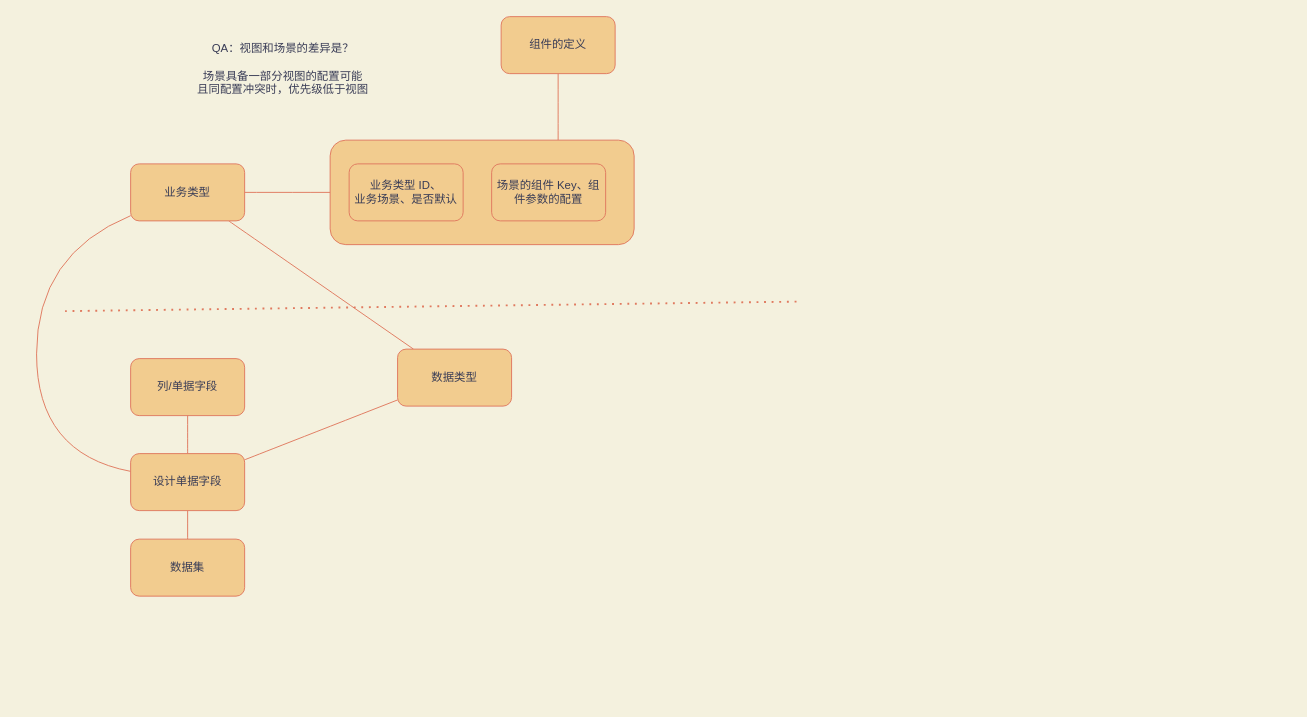
Above: page "Page-4" (4 of 4) of 结构分析.drawio in uiosun/diagrams (draw.io), before the change. Source tidied: cells renumbered, new cells numbered last; positions are measured from the earlier drawing's top-left corner, leaving out a move shared by most shapes. Both pictures are drawn from the tidied source at 95%, with x=0, y=0 at pixel (36, 16).
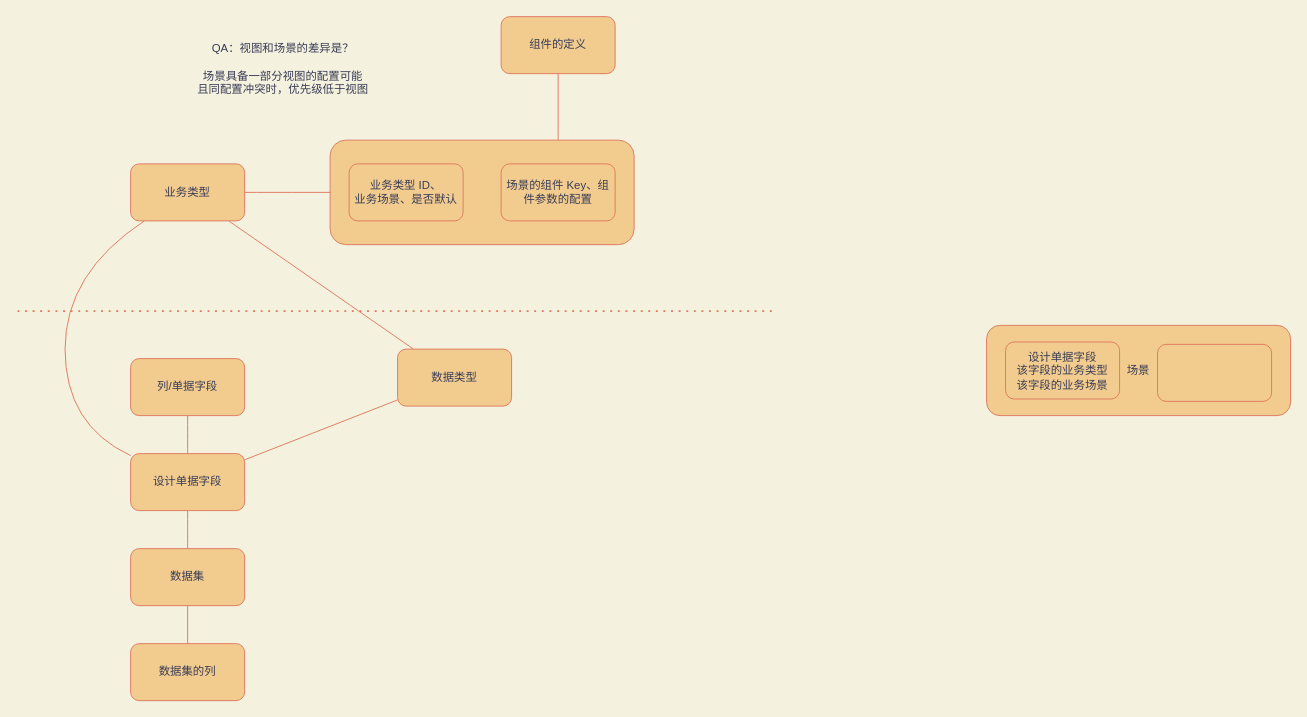
The same diagram, later.

Unchanged cells that the change refers to:
```xml
<mxCell id="3" style="whiteSpace=wrap;html=1;rounded=1;fillColor=#F2CC8F;strokeColor=#E07A5F;fontColor=#393C56;" parent="1" vertex="1">
  <mxGeometry x="309" y="130" width="320" height="110" as="geometry" />
</mxCell>
<mxCell id="6" value="业务类型" style="rounded=1;whiteSpace=wrap;html=1;fillColor=#F2CC8F;strokeColor=#E07A5F;fontColor=#393C56;" parent="1" vertex="1">
  <mxGeometry x="99" y="155" width="120" height="60" as="geometry" />
</mxCell>
<mxCell id="18" value="设计单据字段" style="rounded=1;whiteSpace=wrap;html=1;fillColor=#F2CC8F;strokeColor=#E07A5F;fontColor=#393C56;" parent="1" vertex="1">
  <mxGeometry x="99" y="460" width="120" height="60" as="geometry" />
</mxCell>
```

Diff of the diagram source:
```diff
@@
-    <mxCell id="4" style="edgeStyle=none;rounded=1;jettySize=auto;html=1;exitX=1;exitY=0.5;exitDx=0;exitDy=0;entryX=0;entryY=0.5;entryDx=0;entryDy=0;endArrow=none;endFill=0;curved=1;labelBackgroundColor=#F4F1DE;strokeColor=#E07A5F;fontColor=#393C56;" parent="1" edge="1" source="6" target="3">
+    <mxCell id="4" style="edgeStyle=none;rounded=1;jettySize=auto;html=1;endArrow=none;endFill=0;curved=1;labelBackgroundColor=#F4F1DE;strokeColor=#E07A5F;fontColor=#393C56;" parent="1" edge="1" source="6" target="3">
       <mxGeometry relative="1" as="geometry" />
     </mxCell>
@@
     <mxCell id="9" value="场景的组件 Key、组件参数的配置" style="rounded=1;whiteSpace=wrap;html=1;fillColor=#F2CC8F;strokeColor=#E07A5F;fontColor=#393C56;" parent="1" vertex="1">
-      <mxGeometry x="479" y="155" width="120" height="60" as="geometry" />
+      <mxGeometry x="489" y="155" width="120" height="60" as="geometry" />
     </mxCell>
@@
     <mxCell id="12" value="数据集" style="rounded=1;whiteSpace=wrap;html=1;fillColor=#F2CC8F;strokeColor=#E07A5F;fontColor=#393C56;" parent="1" vertex="1">
-      <mxGeometry x="99" y="550" width="120" height="60" as="geometry" />
+      <mxGeometry x="99" y="560" width="120" height="60" as="geometry" />
     </mxCell>
@@
     <mxCell id="14" style="endArrow=none;dashed=1;html=1;dashPattern=1 3;strokeWidth=2;rounded=1;labelBackgroundColor=#F4F1DE;strokeColor=#E07A5F;fontColor=#393C56;curved=1;" parent="1" edge="1">
       <mxGeometry relative="1" as="geometry">
-        <mxPoint x="30" y="310" as="sourcePoint" />
-        <mxPoint x="800" y="300" as="targetPoint" />
+        <mxPoint x="-20" y="310" as="sourcePoint" />
+        <mxPoint x="780" y="310" as="targetPoint" />
       </mxGeometry>
     </mxCell>
@@
     <mxCell id="16" style="edgeStyle=none;rounded=1;jettySize=auto;html=1;endArrow=none;endFill=0;labelBackgroundColor=#F4F1DE;strokeColor=#E07A5F;fontColor=#393C56;curved=1;" parent="1" edge="1" source="18" target="6">
       <mxGeometry relative="1" as="geometry">
         <Array as="points">
-          <mxPoint y="460" />
-          <mxPoint y="250" />
+          <mxPoint x="30" y="430" />
+          <mxPoint x="30" y="270" />
         </Array>
       </mxGeometry>
     </mxCell>
@@
+    <mxCell id="20" style="edgeStyle=orthogonalEdgeStyle;rounded=0;jettySize=auto;html=1;labelBackgroundColor=#F4F1DE;strokeColor=#E07A5F;fontColor=#393C56;endArrow=none;endFill=0;" parent="1" edge="1" source="21" target="12">
+      <mxGeometry relative="1" as="geometry" />
+    </mxCell>
+    <mxCell id="21" value="数据集的列" style="rounded=1;whiteSpace=wrap;html=1;fillColor=#F2CC8F;strokeColor=#E07A5F;fontColor=#393C56;" parent="1" vertex="1">
+      <mxGeometry x="99" y="660" width="120" height="60" as="geometry" />
+    </mxCell>
+    <mxCell id="22" value="场景" style="whiteSpace=wrap;html=1;rounded=1;fillColor=#F2CC8F;strokeColor=#E07A5F;fontColor=#393C56;" parent="1" vertex="1">
+      <mxGeometry x="1000" y="325" width="320" height="95" as="geometry" />
+    </mxCell>
+    <mxCell id="23" value="设计单据字段&lt;br&gt;该字段的业务类型&lt;br&gt;该字段的业务场景" style="rounded=1;whiteSpace=wrap;html=1;fillColor=#F2CC8F;strokeColor=#E07A5F;fontColor=#393C56;" parent="1" vertex="1">
+      <mxGeometry x="1020" y="342.5" width="120" height="60" as="geometry" />
+    </mxCell>
+    <mxCell id="24" style="rounded=1;whiteSpace=wrap;html=1;fillColor=#F2CC8F;strokeColor=#E07A5F;fontColor=#393C56;" parent="1" vertex="1">
+      <mxGeometry x="1180" y="345" width="120" height="60" as="geometry" />
+    </mxCell>
```
